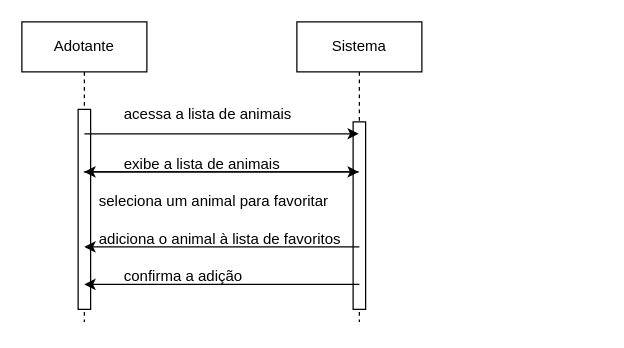
Before: Diagrama de Sequência(RF008).drawio in JoaoGans/DRAW.tcc, a draw.io diagram. Source tidied: cells renumbered, new cells numbered last; positions are measured from the earlier drawing's top-left corner, leaving out a move shared by most shapes. Both pictures are drawn from the tidied source at 125%, with x=0, y=0 at pixel (21, 21).
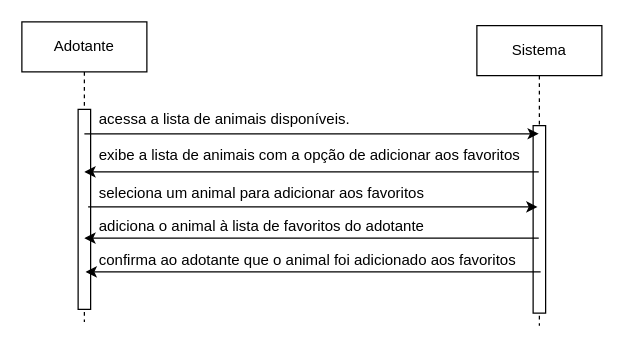
After the change.

Diff of the diagram source:
```diff
@@
 <mxGraphModel>
   <root>
     <mxCell id="0" />
     <mxCell id="1" parent="0" />
     <mxCell id="2" value="Adotante" style="shape=umlLifeline;perimeter=lifelinePerimeter;whiteSpace=wrap;html=1;outlineConnect=0;portConstraint=eastwest;newEdgeStyle={&quot;edgeStyle&quot;:&quot;elbowEdgeStyle&quot;,&quot;elbow&quot;:&quot;vertical&quot;,&quot;curved&quot;:0,&quot;rounded&quot;:0};" parent="1" vertex="1">
       <mxGeometry width="100" height="240" as="geometry" />
     </mxCell>
     <mxCell id="3" style="html=1;perimeter=orthogonalPerimeter;targetShapes=umlLifeline;newEdgeStyle={&quot;edgeStyle&quot;:&quot;elbowEdgeStyle&quot;,&quot;elbow&quot;:&quot;vertical&quot;,&quot;curved&quot;:0,&quot;rounded&quot;:0};" parent="2" vertex="1">
       <mxGeometry x="45" y="70" width="10" height="160" as="geometry" />
     </mxCell>
     <mxCell id="4" value="Sistema" style="shape=umlLifeline;perimeter=lifelinePerimeter;whiteSpace=wrap;html=1;outlineConnect=0;portConstraint=eastwest;newEdgeStyle={&quot;edgeStyle&quot;:&quot;elbowEdgeStyle&quot;,&quot;elbow&quot;:&quot;vertical&quot;,&quot;curved&quot;:0,&quot;rounded&quot;:0};" parent="1" vertex="1">
-      <mxGeometry x="220" width="100" height="240" as="geometry" />
+      <mxGeometry x="364" y="3" width="100" height="240" as="geometry" />
     </mxCell>
     <mxCell id="5" style="html=1;perimeter=orthogonalPerimeter;targetShapes=umlLifeline;newEdgeStyle={&quot;edgeStyle&quot;:&quot;elbowEdgeStyle&quot;,&quot;elbow&quot;:&quot;vertical&quot;,&quot;curved&quot;:0,&quot;rounded&quot;:0};" parent="4" vertex="1">
       <mxGeometry x="45" y="80" width="10" height="150" as="geometry" />
     </mxCell>
     <mxCell id="6" style="endArrow=classic;html=1;rounded=0;" parent="1" edge="1" target="4">
       <mxGeometry relative="1" as="geometry">
         <mxPoint x="50" y="89.5" as="sourcePoint" />
       </mxGeometry>
     </mxCell>
     <mxCell id="7" style="endArrow=classic;html=1;rounded=0;" parent="1" edge="1" source="4">
       <mxGeometry relative="1" as="geometry">
         <mxPoint x="50" y="120" as="targetPoint" />
       </mxGeometry>
     </mxCell>
-    <mxCell id="8" style="endArrow=classic;html=1;rounded=0;" parent="1" edge="1" source="2" target="4">
-      <mxGeometry relative="1" as="geometry" />
-    </mxCell>
     <mxCell id="9" style="endArrow=classic;html=1;rounded=0;" parent="1" edge="1">
       <mxGeometry relative="1" as="geometry">
-        <mxPoint x="270" y="180" as="sourcePoint" />
-        <mxPoint x="50" y="180" as="targetPoint" />
+        <mxPoint x="53" y="148" as="sourcePoint" />
+        <mxPoint x="412.5" y="148" as="targetPoint" />
       </mxGeometry>
     </mxCell>
-    <mxCell id="10" style="endArrow=classic;html=1;rounded=0;" parent="1" edge="1">
+    <mxCell id="10" style="endArrow=classic;html=1;rounded=0;" parent="1" edge="1" source="4">
       <mxGeometry relative="1" as="geometry">
-        <mxPoint x="270" y="210" as="sourcePoint" />
-        <mxPoint x="50" y="210" as="targetPoint" />
+        <mxPoint x="50" y="173" as="targetPoint" />
       </mxGeometry>
     </mxCell>
-    <mxCell id="11" value="acessa a lista de animais" style="text;whiteSpace=wrap;html=1;" parent="1" vertex="1">
-      <mxGeometry x="80" y="60" width="170" height="40" as="geometry" />
+    <mxCell id="11" value="&lt;div&gt;acessa a lista de animais disponíveis.&lt;/div&gt;&lt;div&gt;&lt;br&gt;&lt;/div&gt;" style="text;whiteSpace=wrap;html=1;" parent="1" vertex="1">
+      <mxGeometry x="60" y="64" width="210" height="40" as="geometry" />
     </mxCell>
-    <mxCell id="12" value="exibe a lista de animais" style="text;whiteSpace=wrap;html=1;" parent="1" vertex="1">
-      <mxGeometry x="80" y="100" width="160" height="30" as="geometry" />
+    <mxCell id="12" value="exibe a lista de animais com a opção de adicionar aos favoritos" style="text;whiteSpace=wrap;html=1;" parent="1" vertex="1">
+      <mxGeometry x="60" y="93" width="357" height="30" as="geometry" />
     </mxCell>
-    <mxCell id="13" value="seleciona um animal para favoritar" style="text;whiteSpace=wrap;html=1;" parent="1" vertex="1">
-      <mxGeometry x="60" y="130" width="220" height="40" as="geometry" />
+    <mxCell id="13" value="seleciona um animal para adicionar aos favoritos" style="text;whiteSpace=wrap;html=1;" parent="1" vertex="1">
+      <mxGeometry x="60" y="123" width="310" height="40" as="geometry" />
     </mxCell>
-    <mxCell id="14" value="adiciona o animal à lista de favoritos" style="text;whiteSpace=wrap;html=1;" parent="1" vertex="1">
-      <mxGeometry x="60" y="160" width="230" height="40" as="geometry" />
-    </mxCell>
-    <mxCell id="15" value="confirma a adição" style="text;whiteSpace=wrap;html=1;" parent="1" vertex="1">
-      <mxGeometry x="80" y="190" width="130" height="40" as="geometry" />
+    <mxCell id="15" value="confirma ao adotante que o animal foi adicionado aos favoritos" style="text;whiteSpace=wrap;html=1;" parent="1" vertex="1">
+      <mxGeometry x="60" y="177" width="361" height="40" as="geometry" />
     </mxCell>
+    <mxCell id="16" value="adiciona o animal à lista de favoritos do adotante" style="text;whiteSpace=wrap;" parent="1" vertex="1">
+      <mxGeometry x="60" y="150" width="288" height="36" as="geometry" />
+    </mxCell>
+    <mxCell id="17" style="endArrow=classic;html=1;rounded=0;" parent="1" edge="1">
+      <mxGeometry relative="1" as="geometry">
+        <mxPoint x="415" y="200" as="sourcePoint" />
+        <mxPoint x="51" y="200" as="targetPoint" />
+      </mxGeometry>
+    </mxCell>
   </root>
 </mxGraphModel>
```
